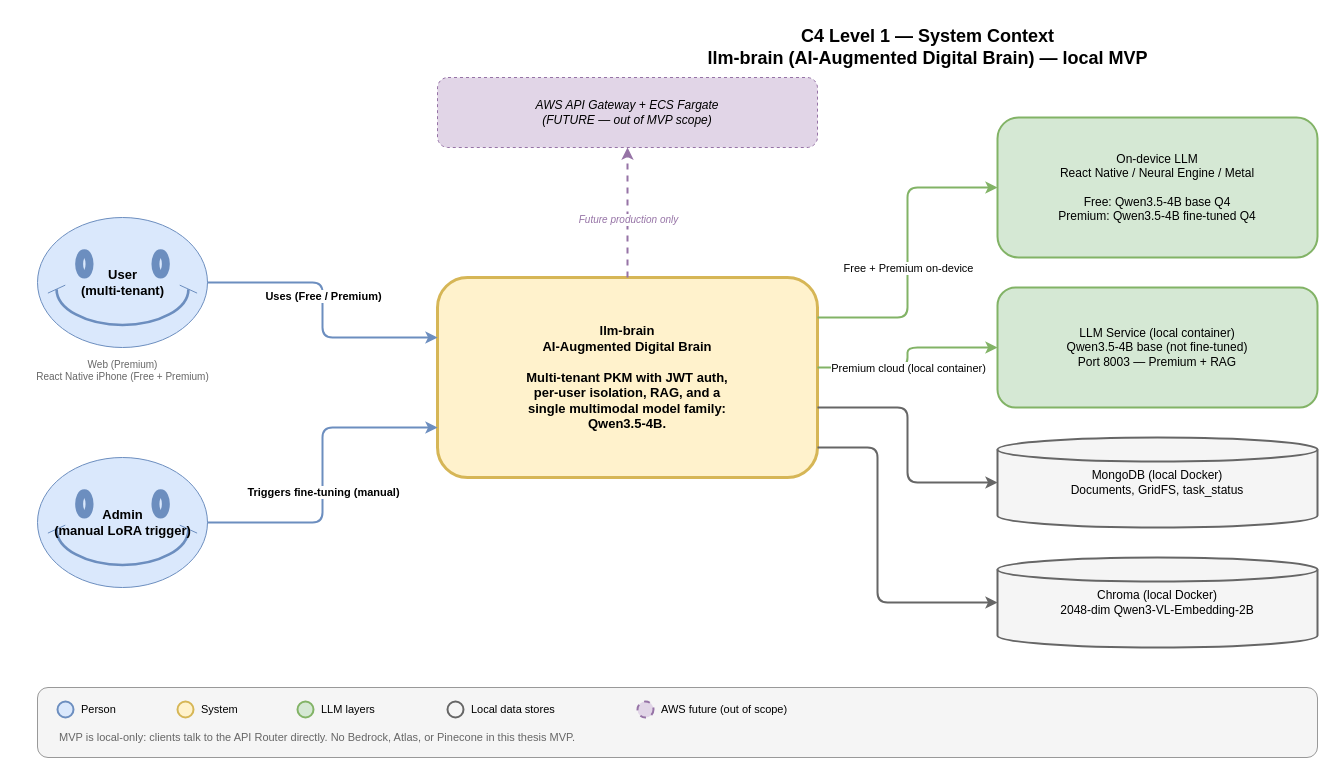
The draw.io diagram openspec/changes/objective-1-0-architecture-repo/output/diagrams/c4-context.drawio in da-ros/llm-brain, before the edit. Source tidied: cells renumbered, new cells numbered last; positions are measured from the earlier drawing's top-left corner, leaving out a move shared by most shapes. Both pictures are drawn from the tidied source at 100%, with x=0, y=0 at pixel (17, 17).
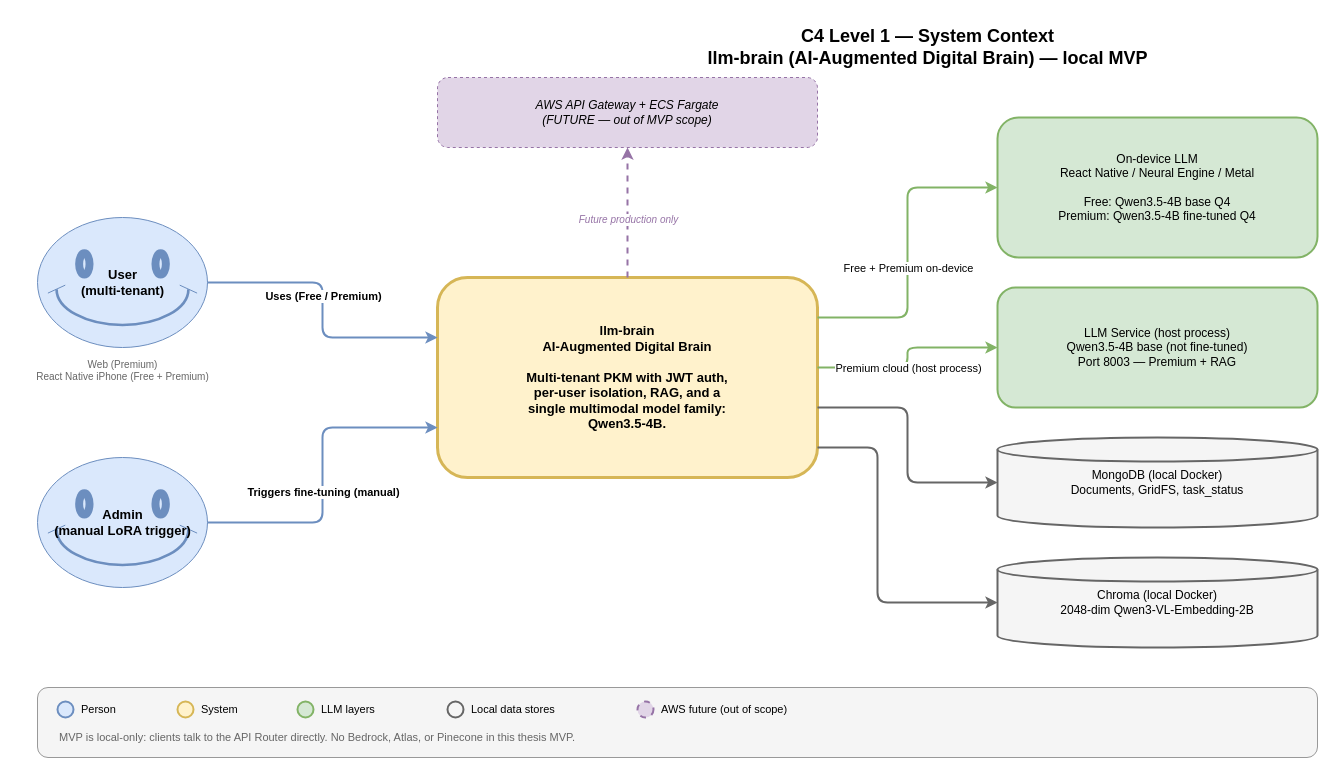
The same diagram, later.

The change refers to these unchanged cells:
```xml
<mxCell id="18" style="edgeStyle=orthogonalEdgeStyle;rounded=1;strokeWidth=2;strokeColor=#82b366;exitX=1;exitY=0.45;exitDx=0;exitDy=0;entryX=0;entryY=0.5;entryDx=0;entryDy=0;" parent="1" edge="1" source="6" target="8">
  <mxGeometry relative="1" as="geometry" />
</mxCell>
```

Diff of the diagram source:
```diff
@@
-    <mxCell id="8" value="LLM Service (local container)&#10;Qwen3.5-4B base (not fine-tuned)&#10;Port 8003 — Premium + RAG" style="rounded=1;whiteSpace=wrap;html=1;fillColor=#d5e8d4;strokeColor=#82b366;strokeWidth=2;fontSize=12;" parent="1" vertex="1">
+    <mxCell id="8" value="LLM Service (host process)&#10;Qwen3.5-4B base (not fine-tuned)&#10;Port 8003 — Premium + RAG" style="rounded=1;whiteSpace=wrap;html=1;fillColor=#d5e8d4;strokeColor=#82b366;strokeWidth=2;fontSize=12;" parent="1" vertex="1">
       <mxGeometry x="980" y="270" width="320" height="120" as="geometry" />
     </mxCell>
@@
-    <mxCell id="19" value="Premium cloud (local container)" style="edgeLabel;html=1;align=center;verticalAlign=middle;fontSize=11;" parent="18" vertex="1">
+    <mxCell id="19" value="Premium cloud (host process)" style="edgeLabel;html=1;align=center;verticalAlign=middle;fontSize=11;" parent="18" vertex="1">
       <mxGeometry x="-0.1" relative="1" as="geometry" />
     </mxCell>
```
